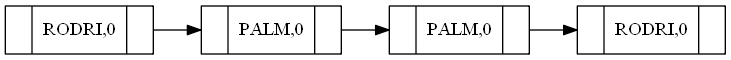
loumisha96/EDD_1S2020_PY1_201602935 keeps this Graphviz diagram as RepScoreboard.png. Above is the earlier version. Its source is kept beside it as RepScoreboard.dot.
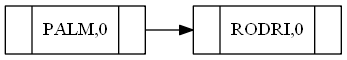
Above is the later version.

Diff of the diagram source:
```diff
@@ -1,14 +1,8 @@
 digraph G{
 rankdir = LR;
 node [shape= record];
-0[label = "{<ref> | <data>RODRI,0 | }"]
-1[label = "{<ref> | <data>PALM,0 | }"]
+0[label = "{<ref> | <data>PALM,0 | }"]
+1[label = "{<ref> | <data>RODRI,0 | }"]
 0->1
-1[label = "{<ref> | <data>PALM,0 | }"]
-2[label = "{<ref> | <data>PALM,0 | }"]
-1->2
-2[label = "{<ref> | <data>PALM,0 | }"]
-3[label = "{<ref> | <data>RODRI,0 | }"]
-2->3
-3[label = "{<ref> | <data>RODRI,0 | }"]
+1[label = "{<ref> | <data>RODRI,0 | }"]
 }
```
